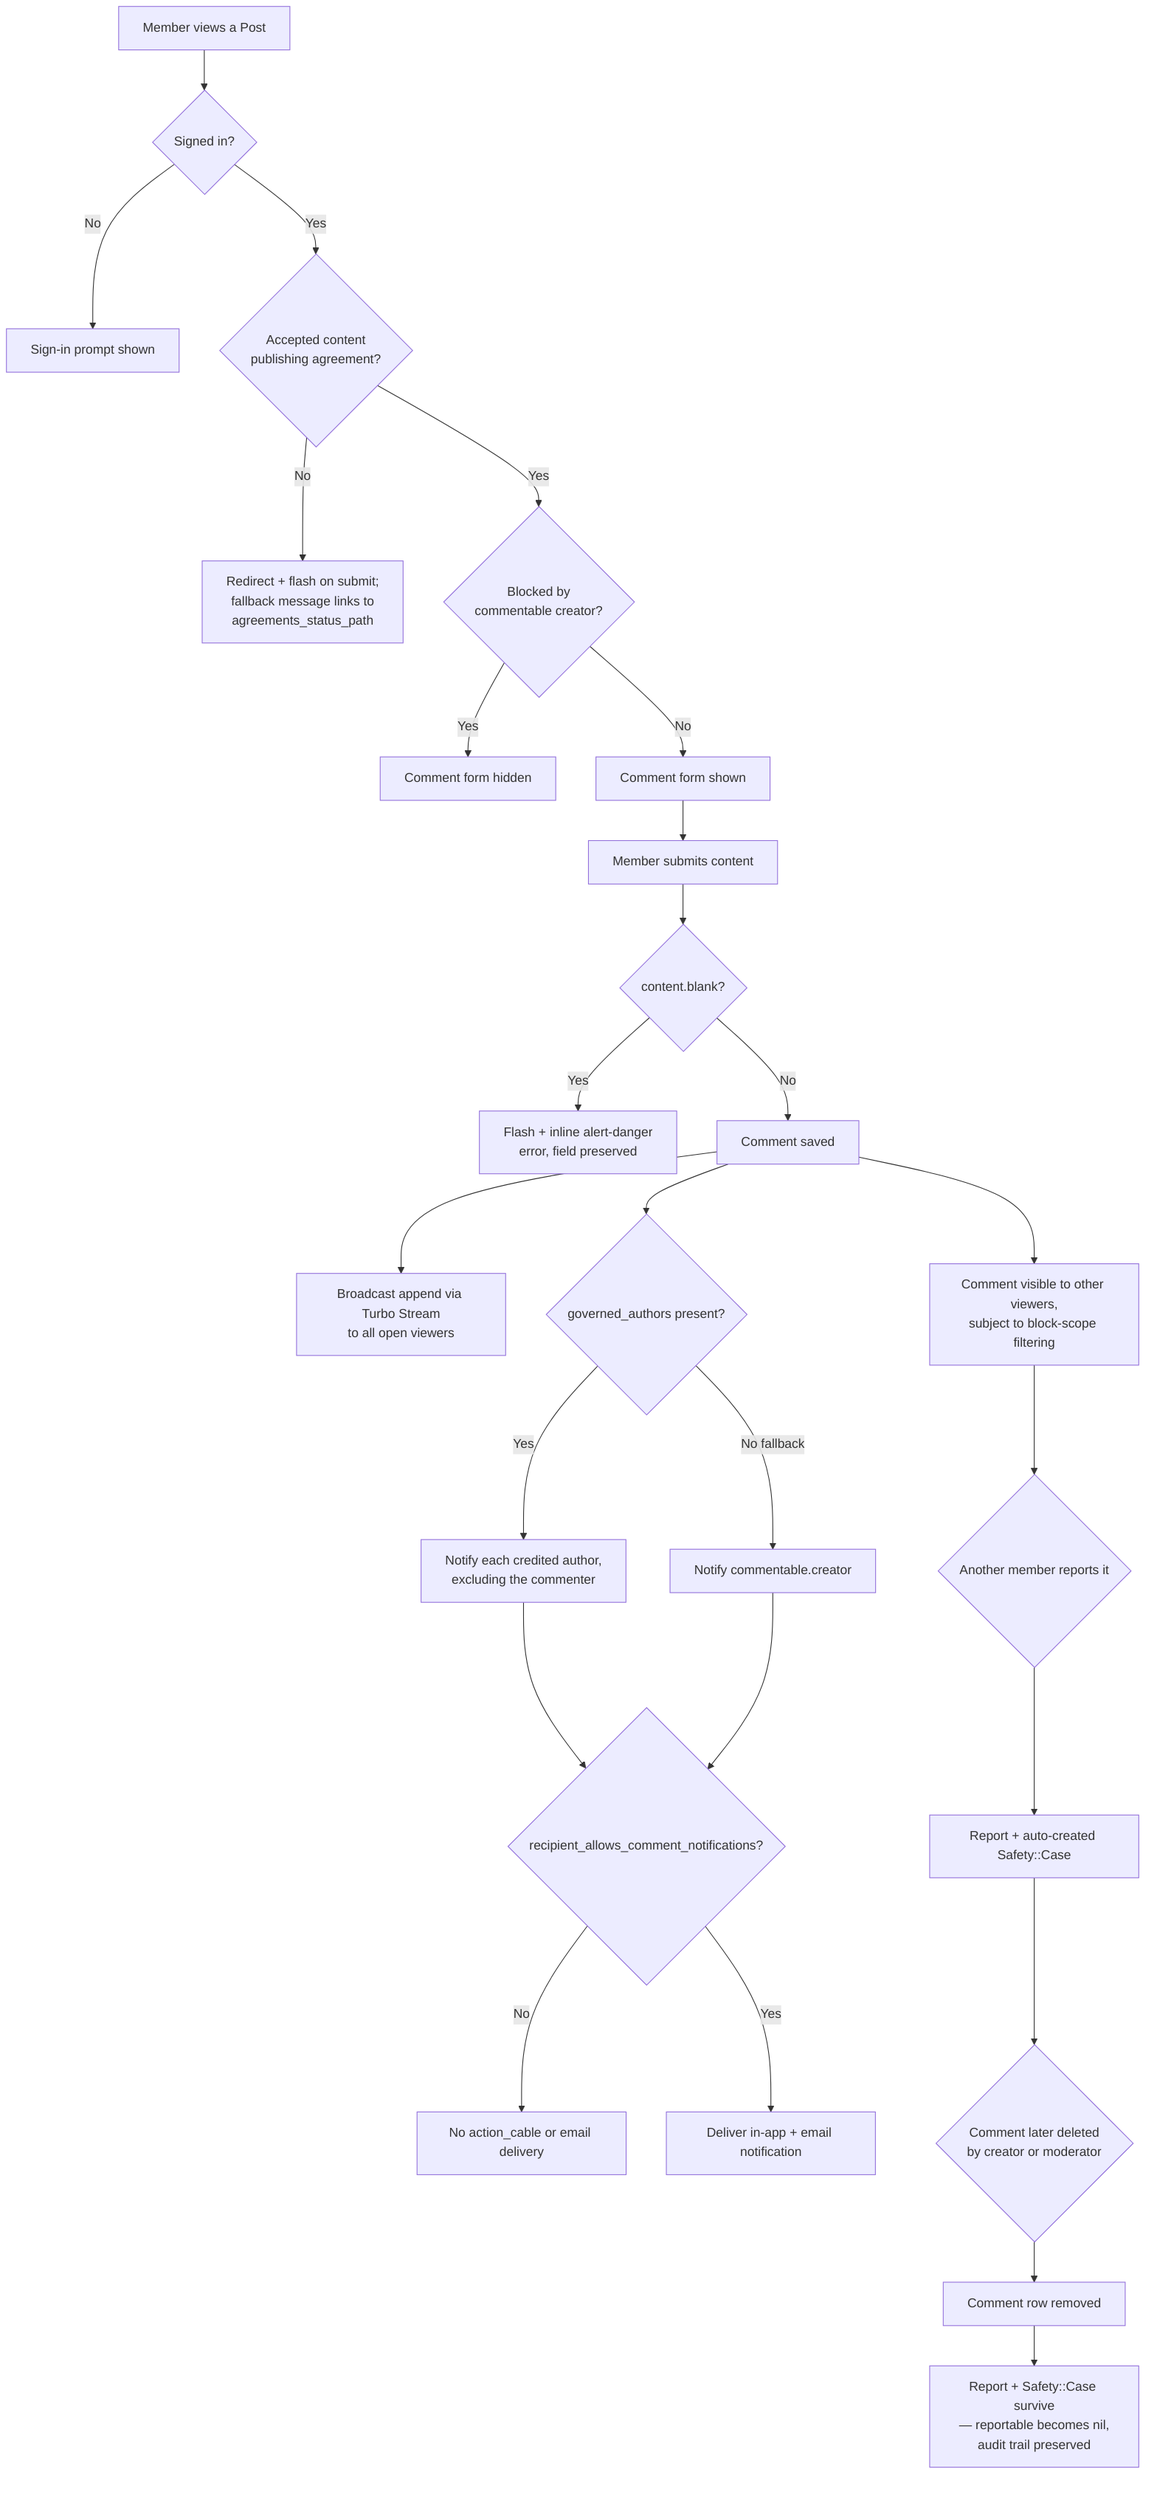
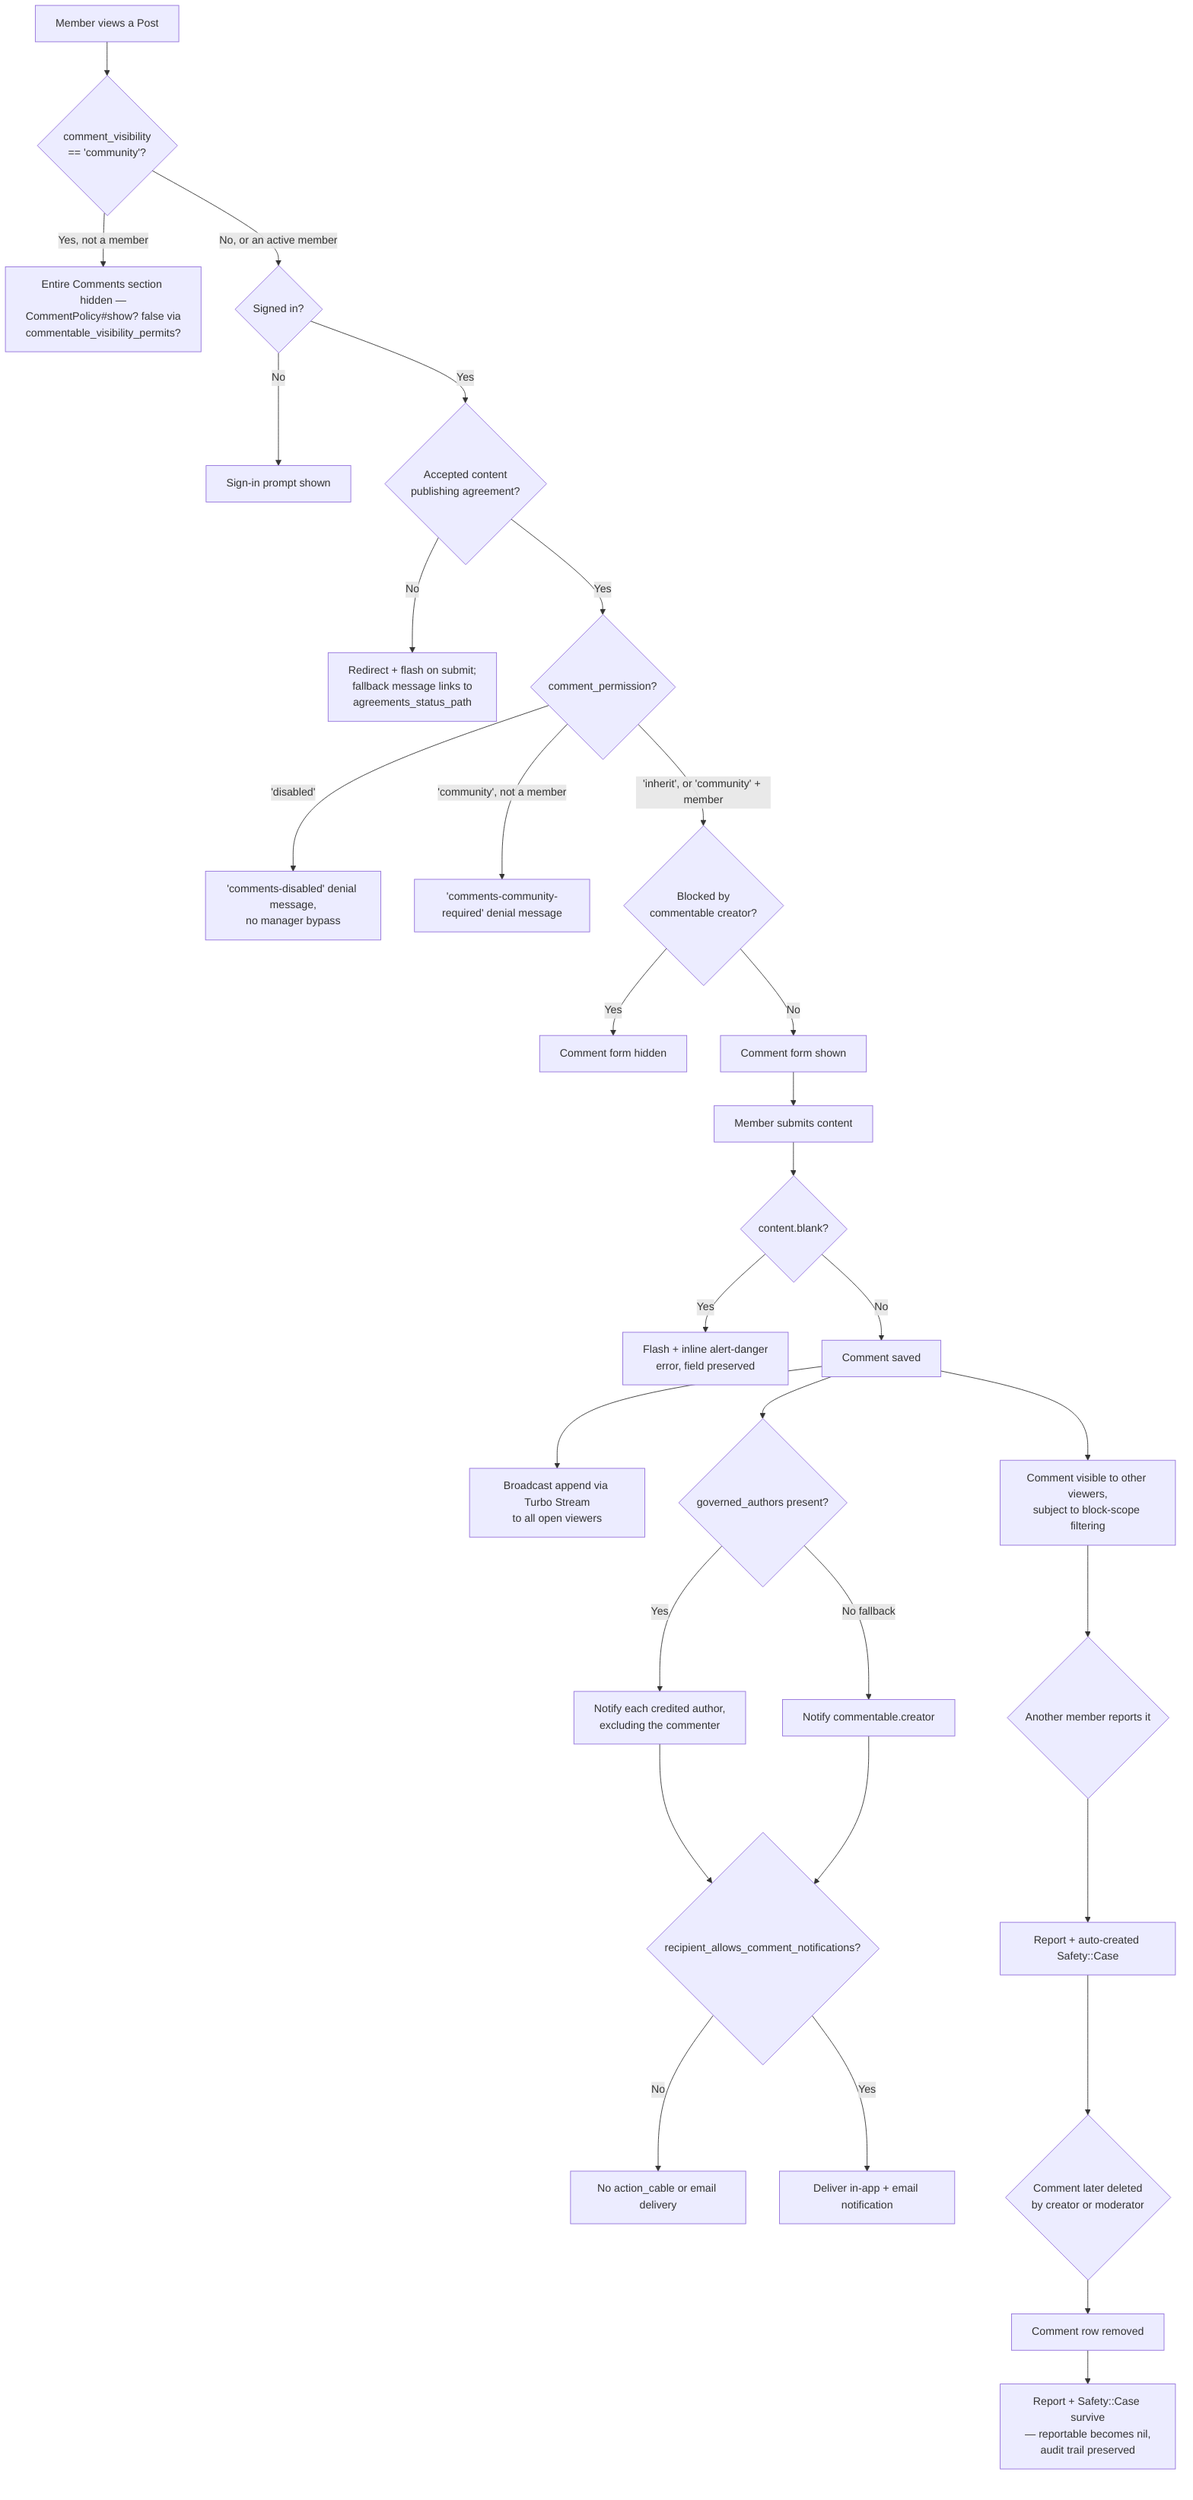
- %% PR #1651 — MVP comment system + remediation. Comment lifecycle process view.
+ %% PR #1651 — MVP comment system + CommentConfig permission/visibility controls. Comment lifecycle process view.
flowchart TD
-     A[Member views a Post] --> B{Signed in?}
-     B -->|No| C[Sign-in prompt shown]
-     B -->|Yes| D{Accepted content<br/>publishing agreement?}
+     Z[Member views a Post] --> ZA{comment_visibility<br/>== 'community'?}
+     ZA -->|Yes, not a member| ZB[Entire Comments section hidden —<br/>CommentPolicy#show? false via<br/>commentable_visibility_permits?]
+     ZA -->|No, or an active member| A{Signed in?}
+     A -->|No| C[Sign-in prompt shown]
+     A -->|Yes| D{Accepted content<br/>publishing agreement?}
    D -->|No| E[Redirect + flash on submit;<br/>fallback message links to<br/>agreements_status_path]
-     D -->|Yes| F{Blocked by<br/>commentable creator?}
+     D -->|Yes| DA{comment_permission?}
+     DA -->|'disabled'| DB["'comments-disabled' denial message,<br/>no manager bypass"]
+     DA -->|'community', not a member| DC["'comments-community-required' denial message"]
+     DA -->|'inherit', or 'community' + member| F{Blocked by<br/>commentable creator?}
    F -->|Yes| G[Comment form hidden]
    F -->|No| H[Comment form shown]
    H --> I[Member submits content]
    I --> J{content.blank?}
    J -->|Yes| K[Flash + inline alert-danger<br/>error, field preserved]
    J -->|No| L[Comment saved]
    L --> M[Broadcast append via Turbo Stream<br/>to all open viewers]
    L --> N{governed_authors present?}
    N -->|Yes| O[Notify each credited author,<br/>excluding the commenter]
    N -->|No fallback| P[Notify commentable.creator]
    O --> Q{recipient_allows_comment_notifications?}
    P --> Q
    Q -->|No| R[No action_cable or email delivery]
    Q -->|Yes| S[Deliver in-app + email notification]

    L --> T[Comment visible to other viewers,<br/>subject to block-scope filtering]
    T --> U{Another member reports it}
    U --> V[Report + auto-created Safety::Case]
    V --> W{Comment later deleted<br/>by creator or moderator}
    W --> X[Comment row removed]
    X --> Y[Report + Safety::Case survive<br/>— reportable becomes nil,<br/>audit trail preserved]
